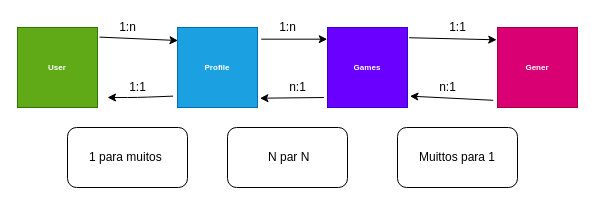
Above: project.drawio in renatotl/live-game-retro (draw.io), before the change. Source tidied: cells renumbered, new cells numbered last; positions are measured from the earlier drawing's top-left corner, leaving out a move shared by most shapes. Both pictures are drawn from the tidied source at 100%, with x=0, y=0 at pixel (17, 17).
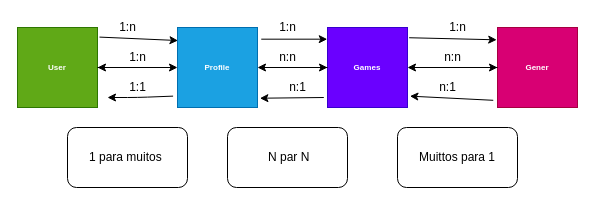
After the change.

Unchanged cells that the change refers to:
```xml
<mxCell id="3" value="&lt;h6&gt;User&lt;/h6&gt;" style="whiteSpace=wrap;html=1;fillColor=#60a917;fontColor=#ffffff;strokeColor=#2D7600;" parent="1" vertex="1">
  <mxGeometry y="10" width="80" height="80" as="geometry" />
</mxCell>
<mxCell id="6" value="&lt;h6&gt;Profile&lt;/h6&gt;" style="whiteSpace=wrap;html=1;fillColor=#1ba1e2;fontColor=#ffffff;strokeColor=#006EAF;" parent="1" vertex="1">
  <mxGeometry x="160" y="10" width="80" height="80" as="geometry" />
</mxCell>
<mxCell id="9" value="&lt;h6&gt;Games&lt;/h6&gt;" style="whiteSpace=wrap;html=1;fillColor=#6a00ff;fontColor=#ffffff;strokeColor=#3700CC;" parent="1" vertex="1">
  <mxGeometry x="310" y="10" width="80" height="80" as="geometry" />
</mxCell>
<mxCell id="11" value="&lt;h6&gt;Gener&lt;/h6&gt;" style="whiteSpace=wrap;html=1;fillColor=#d80073;fontColor=#ffffff;strokeColor=#A50040;" parent="1" vertex="1">
  <mxGeometry x="480" y="10" width="80" height="80" as="geometry" />
</mxCell>
```

The edit, as a diff of the source:
```diff
@@
-    <mxCell id="18" value="1:1" style="text;html=1;align=center;verticalAlign=middle;strokeColor=none;fillColor=none;" parent="1" vertex="1">
+    <mxCell id="18" value="1:n" style="text;html=1;align=center;verticalAlign=middle;strokeColor=none;fillColor=none;" parent="1" vertex="1">
       <mxGeometry x="425" width="30" height="20" as="geometry" />
     </mxCell>
@@
+    <mxCell id="22" style="edgeStyle=none;html=1;exitX=1;exitY=0.5;exitDx=0;exitDy=0;entryX=0;entryY=0.5;entryDx=0;entryDy=0;" parent="1" edge="1" source="3" target="6">
+      <mxGeometry relative="1" as="geometry" />
+    </mxCell>
+    <mxCell id="23" value="1:n" style="text;html=1;align=center;verticalAlign=middle;strokeColor=none;fillColor=none;" parent="1" vertex="1">
+      <mxGeometry x="105" y="30" width="30" height="20" as="geometry" />
+    </mxCell>
+    <mxCell id="24" style="edgeStyle=none;html=1;" parent="1" edge="1">
+      <mxGeometry relative="1" as="geometry">
+        <mxPoint x="150" y="50" as="sourcePoint" />
+        <mxPoint x="80" y="50" as="targetPoint" />
+      </mxGeometry>
+    </mxCell>
+    <mxCell id="25" style="edgeStyle=none;html=1;entryX=1;entryY=0.5;entryDx=0;entryDy=0;exitX=0;exitY=0.5;exitDx=0;exitDy=0;" parent="1" edge="1" source="9" target="6">
+      <mxGeometry relative="1" as="geometry" />
+    </mxCell>
+    <mxCell id="26" style="edgeStyle=none;html=1;entryX=1;entryY=0.5;entryDx=0;entryDy=0;exitX=0;exitY=0.5;exitDx=0;exitDy=0;" parent="1" edge="1" source="11" target="9">
+      <mxGeometry relative="1" as="geometry" />
+    </mxCell>
+    <mxCell id="27" style="edgeStyle=none;html=1;" parent="1" edge="1">
+      <mxGeometry relative="1" as="geometry">
+        <mxPoint x="250" y="50" as="sourcePoint" />
+        <mxPoint x="310" y="50" as="targetPoint" />
+      </mxGeometry>
+    </mxCell>
+    <mxCell id="28" style="edgeStyle=none;html=1;entryX=0;entryY=0.5;entryDx=0;entryDy=0;" parent="1" edge="1" target="11">
+      <mxGeometry relative="1" as="geometry">
+        <mxPoint x="400" y="50" as="sourcePoint" />
+      </mxGeometry>
+    </mxCell>
+    <mxCell id="29" value="n:n" style="text;html=1;align=center;verticalAlign=middle;strokeColor=none;fillColor=none;" parent="1" vertex="1">
+      <mxGeometry x="255" y="30" width="30" height="20" as="geometry" />
+    </mxCell>
+    <mxCell id="30" value="n:n" style="text;html=1;align=center;verticalAlign=middle;strokeColor=none;fillColor=none;" parent="1" vertex="1">
+      <mxGeometry x="420" y="30" width="30" height="20" as="geometry" />
+    </mxCell>
```
